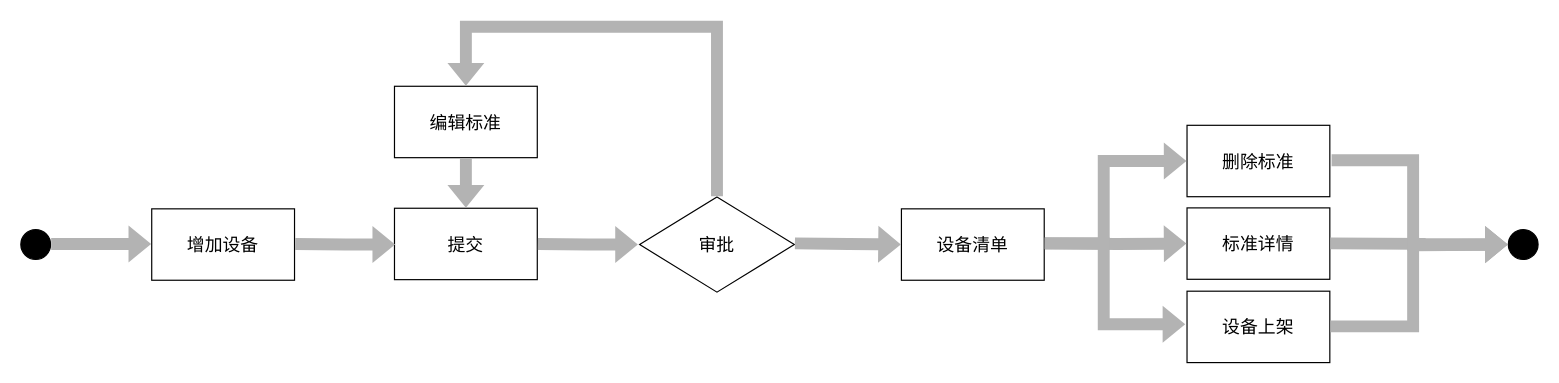
Earlier version of the draw.io diagram page "设备共享" (4 of 5) of NQI设计文档图.drawio (daomengRen/graph). Source tidied: cells renumbered, new cells numbered last; positions are measured from the earlier drawing's top-left corner, leaving out a move shared by most shapes. Both pictures are drawn from the tidied source at 119%, with x=0, y=0 at pixel (20, 26).
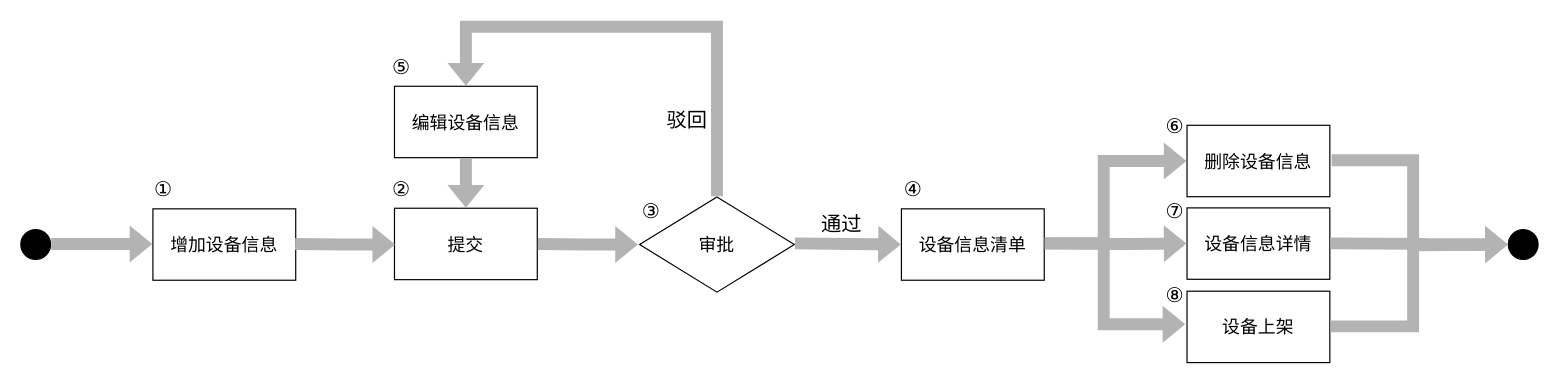
After the change.

Diff of the diagram source:
```diff
@@
-    <mxCell id="5" value="设备清单" style="rounded=0;whiteSpace=wrap;html=1;fontSize=15;" parent="1" vertex="1">
+    <mxCell id="5" value="设备信息清单" style="rounded=0;whiteSpace=wrap;html=1;fontSize=15;" parent="1" vertex="1">
       <mxGeometry x="740" y="153" width="120" height="60" as="geometry" />
     </mxCell>
-    <mxCell id="6" value="编辑标准" style="rounded=0;whiteSpace=wrap;html=1;fontSize=15;" parent="1" vertex="1">
+    <mxCell id="6" value="编辑设备信息" style="rounded=0;whiteSpace=wrap;html=1;fontSize=15;" parent="1" vertex="1">
       <mxGeometry x="314" y="50" width="120" height="60" as="geometry" />
     </mxCell>
-    <mxCell id="7" value="删除标准" style="rounded=0;whiteSpace=wrap;html=1;fontSize=15;" parent="1" vertex="1">
+    <mxCell id="7" value="删除设备信息" style="rounded=0;whiteSpace=wrap;html=1;fontSize=15;" parent="1" vertex="1">
       <mxGeometry x="980" y="82.8" width="120" height="60" as="geometry" />
     </mxCell>
-    <mxCell id="8" value="标准详情" style="rounded=0;whiteSpace=wrap;html=1;fontSize=15;" parent="1" vertex="1">
+    <mxCell id="8" value="设备信息详情" style="rounded=0;whiteSpace=wrap;html=1;fontSize=15;" parent="1" vertex="1">
       <mxGeometry x="980" y="152.2" width="120" height="60" as="geometry" />
     </mxCell>
@@
-    <mxCell id="12" value="增加设备" style="rounded=0;whiteSpace=wrap;html=1;fontSize=15;" parent="1" vertex="1">
-      <mxGeometry x="110" y="153" width="120" height="60" as="geometry" />
+    <mxCell id="12" value="增加设备信息" style="rounded=0;whiteSpace=wrap;html=1;fontSize=15;" parent="1" vertex="1">
+      <mxGeometry x="111" y="153" width="120" height="60" as="geometry" />
     </mxCell>
@@
+    <mxCell id="25" value="通过" style="text;html=1;strokeColor=none;fillColor=none;align=center;verticalAlign=middle;whiteSpace=wrap;rounded=0;strokeWidth=1;fontSize=17;" parent="1" vertex="1">
+      <mxGeometry x="660" y="152.2" width="60" height="30" as="geometry" />
+    </mxCell>
+    <mxCell id="26" value="驳回" style="text;html=1;strokeColor=none;fillColor=none;align=center;verticalAlign=middle;whiteSpace=wrap;rounded=0;strokeWidth=1;fontSize=17;" parent="1" vertex="1">
+      <mxGeometry x="530" y="65" width="60" height="30" as="geometry" />
+    </mxCell>
+    <mxCell id="27" value="②" style="text;html=1;strokeColor=none;fillColor=none;align=center;verticalAlign=middle;whiteSpace=wrap;rounded=0;strokeWidth=1;fontSize=17;" parent="1" vertex="1">
+      <mxGeometry x="290" y="123" width="60" height="30" as="geometry" />
+    </mxCell>
+    <mxCell id="28" value="①" style="text;html=1;strokeColor=none;fillColor=none;align=center;verticalAlign=middle;whiteSpace=wrap;rounded=0;strokeWidth=1;fontSize=17;" parent="1" vertex="1">
+      <mxGeometry x="90" y="123" width="60" height="30" as="geometry" />
+    </mxCell>
+    <mxCell id="29" value="③" style="text;html=1;strokeColor=none;fillColor=none;align=center;verticalAlign=middle;whiteSpace=wrap;rounded=0;strokeWidth=1;fontSize=17;" parent="1" vertex="1">
+      <mxGeometry x="500" y="140.5" width="60" height="30" as="geometry" />
+    </mxCell>
+    <mxCell id="30" value="④" style="text;html=1;strokeColor=none;fillColor=none;align=center;verticalAlign=middle;whiteSpace=wrap;rounded=0;strokeWidth=1;fontSize=17;" parent="1" vertex="1">
+      <mxGeometry x="720" y="123" width="60" height="30" as="geometry" />
+    </mxCell>
+    <mxCell id="31" value="⑤" style="text;html=1;strokeColor=none;fillColor=none;align=center;verticalAlign=middle;whiteSpace=wrap;rounded=0;strokeWidth=1;fontSize=17;" parent="1" vertex="1">
+      <mxGeometry x="290" y="20" width="60" height="30" as="geometry" />
+    </mxCell>
+    <mxCell id="32" value="⑥" style="text;html=1;strokeColor=none;fillColor=none;align=center;verticalAlign=middle;whiteSpace=wrap;rounded=0;strokeWidth=1;fontSize=17;" parent="1" vertex="1">
+      <mxGeometry x="940" y="70" width="60" height="30" as="geometry" />
+    </mxCell>
+    <mxCell id="33" value="⑦" style="text;html=1;strokeColor=none;fillColor=none;align=center;verticalAlign=middle;whiteSpace=wrap;rounded=0;strokeWidth=1;fontSize=17;" parent="1" vertex="1">
+      <mxGeometry x="940" y="140.5" width="60" height="30" as="geometry" />
+    </mxCell>
+    <mxCell id="34" value="⑧" style="text;html=1;strokeColor=none;fillColor=none;align=center;verticalAlign=middle;whiteSpace=wrap;rounded=0;strokeWidth=1;fontSize=17;" parent="1" vertex="1">
+      <mxGeometry x="940" y="212.2" width="60" height="30" as="geometry" />
+    </mxCell>
```
